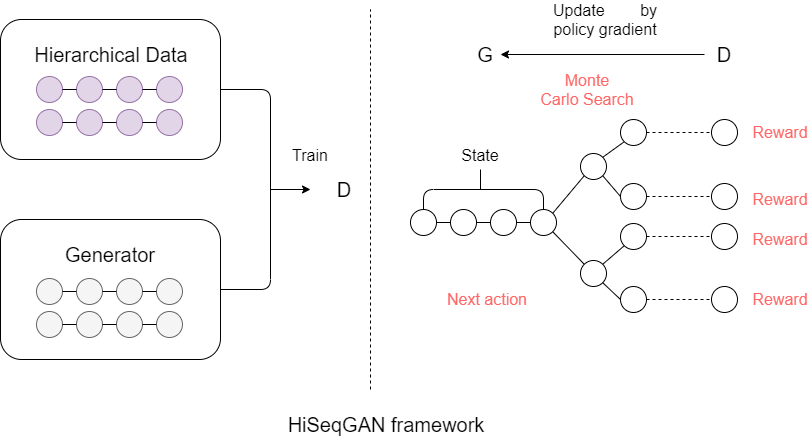
Before: draw.io/hiseq(1).png, a diagram exported from draw.io (lina2360/HiSeqGan). Source tidied: cells renumbered, new cells last; positions are measured from the earlier drawing's top-left corner, leaving out a move shared by most shapes.
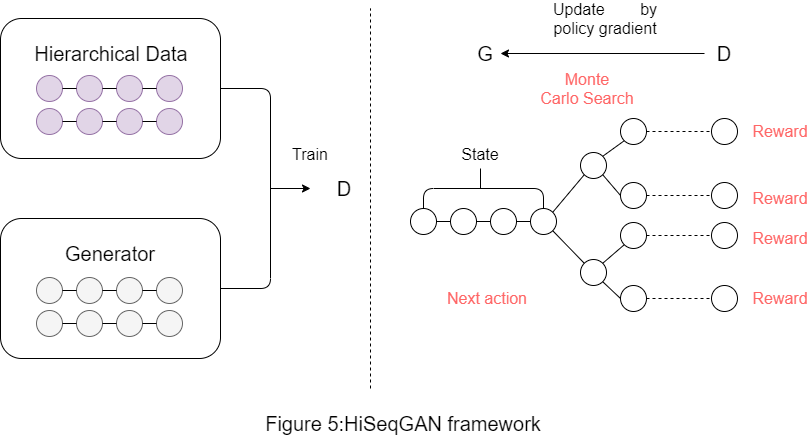
The same file after the commit.

Change to the diagram source:
```diff
@@ -150,8 +150,8 @@
     <mxCell id="44" value="&lt;font style=&quot;font-size: 16px&quot; color=&quot;#ff6666&quot;&gt;Reward&lt;/font&gt;" style="text;html=1;strokeColor=none;fillColor=none;align=center;verticalAlign=middle;whiteSpace=wrap;rounded=0;" parent="1" vertex="1">
       <mxGeometry x="760" y="280" width="40" height="20" as="geometry" />
     </mxCell>
-    <mxCell id="45" value="&lt;font style=&quot;font-size: 20px&quot;&gt;HiSeqGAN framework&lt;/font&gt;" style="text;html=1;strokeColor=none;fillColor=none;align=center;verticalAlign=middle;whiteSpace=wrap;rounded=0;" parent="1" vertex="1">
-      <mxGeometry x="256" y="405" width="260" height="20" as="geometry" />
+    <mxCell id="45" value="&lt;font style=&quot;font-size: 20px&quot;&gt;Figure 5:HiSeqGAN framework&lt;/font&gt;" style="text;html=1;strokeColor=none;fillColor=none;align=center;verticalAlign=middle;whiteSpace=wrap;rounded=0;" parent="1" vertex="1">
+      <mxGeometry x="256" y="405" width="294" height="20" as="geometry" />
     </mxCell>
     <mxCell id="46" style="ellipse;whiteSpace=wrap;html=1;fillColor=#e1d5e7;strokeColor=#9673a6;" parent="1" vertex="1">
       <mxGeometry x="36" y="67" width="26" height="26" as="geometry" />
```
